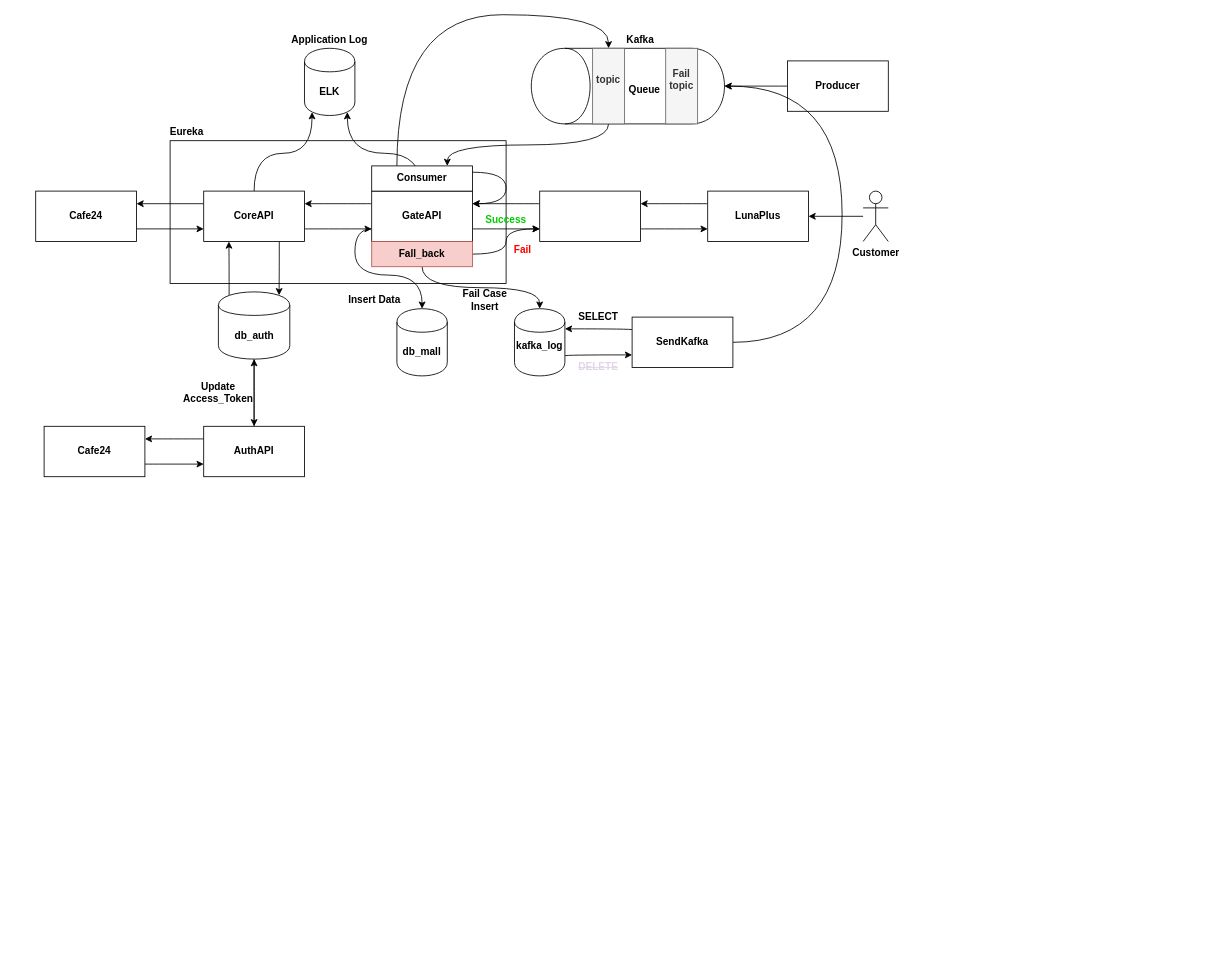
Above: Untitled Diagram.drawio in kancho33/Luna_Architecture (draw.io), before the change. Source tidied: cells renumbered, new cells numbered last; positions are measured from the earlier drawing's top-left corner, leaving out a move shared by most shapes. Both pictures are drawn from the tidied source at 84%, with x=0, y=0 at pixel (35, -11).
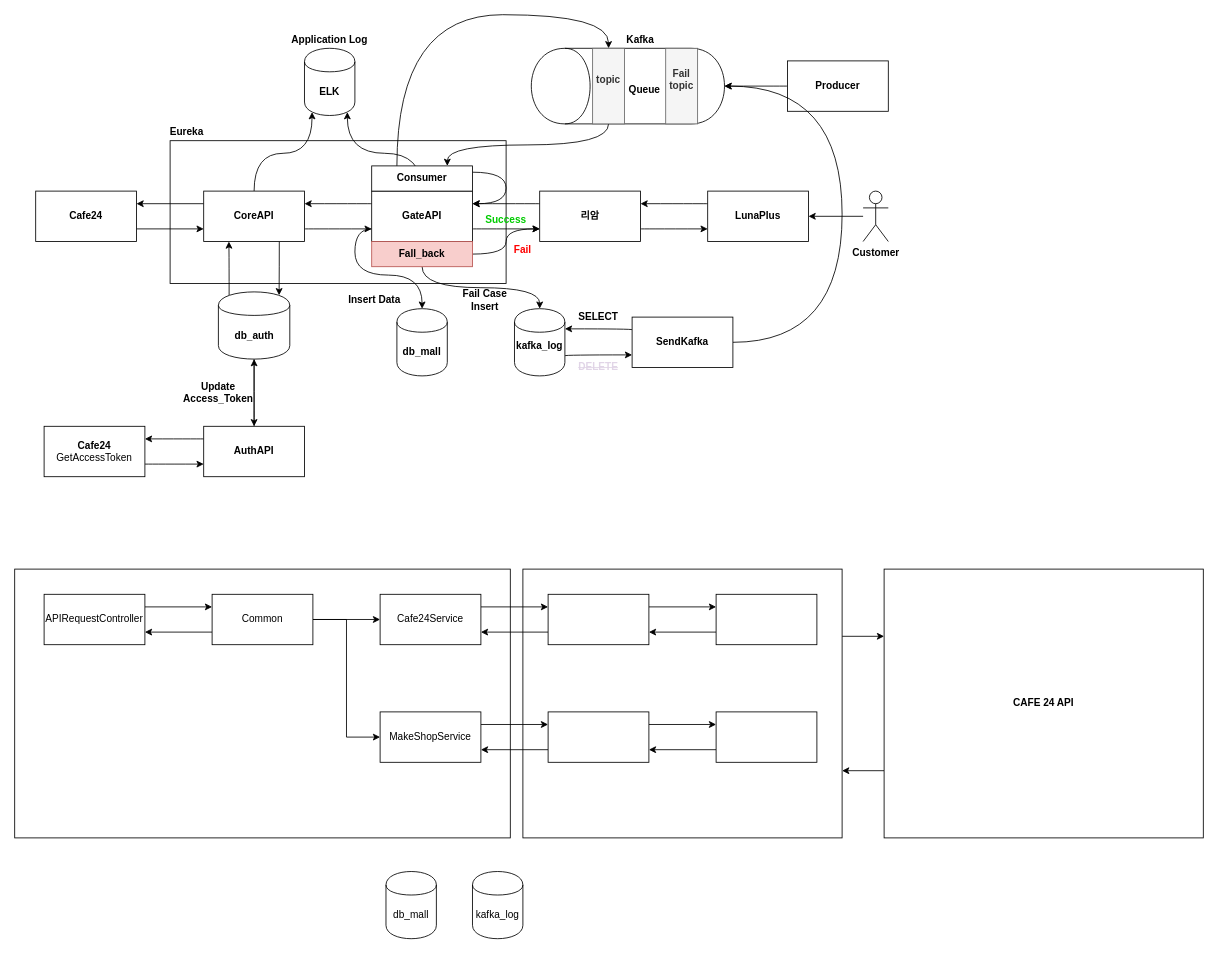
The same page after the edit.

Diff of the diagram source:
```diff
@@
+    <mxCell id="60" style="edgeStyle=orthogonalEdgeStyle;rounded=0;jettySize=auto;html=1;exitX=1;exitY=0.25;exitDx=0;exitDy=0;entryX=0;entryY=0.25;entryDx=0;entryDy=0;" parent="1" edge="1" source="61" target="86">
+      <mxGeometry relative="1" as="geometry" />
+    </mxCell>
+    <mxCell id="61" style="rounded=0;whiteSpace=wrap;html=1;" parent="1" vertex="1">
+      <mxGeometry x="580" y="690" width="380" height="320" as="geometry" />
+    </mxCell>
+    <mxCell id="62" style="rounded=0;whiteSpace=wrap;html=1;" parent="1" vertex="1">
+      <mxGeometry x="-25" y="690" width="590" height="320" as="geometry" />
+    </mxCell>
@@
-    <mxCell id="5" value="Cafe24" style="rounded=0;whiteSpace=wrap;html=1;fontStyle=1;" parent="1" vertex="1">
+    <mxCell id="5" value="Cafe24&lt;br&gt;" style="rounded=0;whiteSpace=wrap;html=1;fontStyle=1;" parent="1" vertex="1">
       <mxGeometry y="240" width="120" height="60" as="geometry" />
     </mxCell>
@@
-    <mxCell id="10" value="Cafe24" style="rounded=0;whiteSpace=wrap;html=1;fontStyle=1;" parent="1" vertex="1">
+    <mxCell id="10" value="Cafe24&lt;br&gt;&lt;span style=&quot;font-weight: normal&quot;&gt;GetAccessToken&lt;/span&gt;&lt;br&gt;" style="rounded=0;whiteSpace=wrap;html=1;fontStyle=1;" parent="1" vertex="1">
       <mxGeometry x="10" y="520" width="120" height="60" as="geometry" />
     </mxCell>
@@
-    <mxCell id="18" style="rounded=0;whiteSpace=wrap;html=1;fontStyle=1;" parent="1" vertex="1">
+    <mxCell id="18" value="리암" style="rounded=0;whiteSpace=wrap;html=1;fontStyle=1;" parent="1" vertex="1">
       <mxGeometry x="600" y="240" width="120" height="60" as="geometry" />
     </mxCell>
@@
+    <mxCell id="63" style="edgeStyle=orthogonalEdgeStyle;rounded=0;jettySize=auto;html=1;exitX=1;exitY=0.25;exitDx=0;exitDy=0;entryX=0;entryY=0.25;entryDx=0;entryDy=0;" parent="1" edge="1" source="64" target="68">
+      <mxGeometry relative="1" as="geometry" />
+    </mxCell>
+    <mxCell id="64" value="APIRequestController" style="rounded=0;whiteSpace=wrap;html=1;" parent="1" vertex="1">
+      <mxGeometry x="10" y="720" width="120" height="60" as="geometry" />
+    </mxCell>
+    <mxCell id="65" style="edgeStyle=orthogonalEdgeStyle;rounded=0;jettySize=auto;html=1;" parent="1" edge="1" source="68" target="70">
+      <mxGeometry relative="1" as="geometry" />
+    </mxCell>
+    <mxCell id="66" style="edgeStyle=orthogonalEdgeStyle;rounded=0;jettySize=auto;html=1;exitX=1;exitY=0.5;exitDx=0;exitDy=0;entryX=0;entryY=0.5;entryDx=0;entryDy=0;" parent="1" edge="1" source="68" target="72">
+      <mxGeometry relative="1" as="geometry" />
+    </mxCell>
+    <mxCell id="67" style="edgeStyle=orthogonalEdgeStyle;rounded=0;jettySize=auto;html=1;exitX=0;exitY=0.75;exitDx=0;exitDy=0;entryX=1;entryY=0.75;entryDx=0;entryDy=0;" parent="1" edge="1" source="68" target="64">
+      <mxGeometry relative="1" as="geometry" />
+    </mxCell>
+    <mxCell id="68" value="Common" style="rounded=0;whiteSpace=wrap;html=1;" parent="1" vertex="1">
+      <mxGeometry x="210" y="720" width="120" height="60" as="geometry" />
+    </mxCell>
+    <mxCell id="69" style="edgeStyle=orthogonalEdgeStyle;rounded=0;jettySize=auto;html=1;exitX=1;exitY=0.25;exitDx=0;exitDy=0;entryX=0;entryY=0.25;entryDx=0;entryDy=0;" parent="1" edge="1" source="70" target="75">
+      <mxGeometry relative="1" as="geometry" />
+    </mxCell>
+    <mxCell id="70" value="Cafe24Service" style="rounded=0;whiteSpace=wrap;html=1;" parent="1" vertex="1">
+      <mxGeometry x="410" y="720" width="120" height="60" as="geometry" />
+    </mxCell>
+    <mxCell id="71" style="edgeStyle=orthogonalEdgeStyle;rounded=0;jettySize=auto;html=1;exitX=1;exitY=0.25;exitDx=0;exitDy=0;entryX=0;entryY=0.25;entryDx=0;entryDy=0;" parent="1" edge="1" source="72" target="82">
+      <mxGeometry relative="1" as="geometry" />
+    </mxCell>
+    <mxCell id="72" value="MakeShopService" style="rounded=0;whiteSpace=wrap;html=1;" parent="1" vertex="1">
+      <mxGeometry x="410" y="860" width="120" height="60" as="geometry" />
+    </mxCell>
+    <mxCell id="73" style="edgeStyle=orthogonalEdgeStyle;rounded=0;jettySize=auto;html=1;exitX=0;exitY=0.75;exitDx=0;exitDy=0;entryX=1;entryY=0.75;entryDx=0;entryDy=0;" parent="1" edge="1" source="75" target="70">
+      <mxGeometry relative="1" as="geometry" />
+    </mxCell>
+    <mxCell id="74" style="edgeStyle=orthogonalEdgeStyle;rounded=0;jettySize=auto;html=1;exitX=1;exitY=0.25;exitDx=0;exitDy=0;entryX=0;entryY=0.25;entryDx=0;entryDy=0;" parent="1" edge="1" source="75" target="77">
+      <mxGeometry relative="1" as="geometry" />
+    </mxCell>
+    <mxCell id="75" style="rounded=0;whiteSpace=wrap;html=1;fontStyle=1;" parent="1" vertex="1">
+      <mxGeometry x="610" y="720" width="120" height="60" as="geometry" />
+    </mxCell>
+    <mxCell id="76" style="edgeStyle=orthogonalEdgeStyle;rounded=0;jettySize=auto;html=1;exitX=0;exitY=0.75;exitDx=0;exitDy=0;entryX=1;entryY=0.75;entryDx=0;entryDy=0;" parent="1" edge="1" source="77" target="75">
+      <mxGeometry relative="1" as="geometry" />
+    </mxCell>
+    <mxCell id="77" style="rounded=0;whiteSpace=wrap;html=1;fontStyle=1;" parent="1" vertex="1">
+      <mxGeometry x="810" y="720" width="120" height="60" as="geometry" />
+    </mxCell>
+    <mxCell id="78" value="kafka_log" style="shape=cylinder;whiteSpace=wrap;html=1;boundedLbl=1;backgroundOutline=1;" parent="1" vertex="1">
+      <mxGeometry x="520" y="1050" width="60" height="80" as="geometry" />
+    </mxCell>
+    <mxCell id="79" value="db_mall" style="shape=cylinder;whiteSpace=wrap;html=1;boundedLbl=1;backgroundOutline=1;" parent="1" vertex="1">
+      <mxGeometry x="417" y="1050" width="60" height="80" as="geometry" />
+    </mxCell>
+    <mxCell id="80" style="edgeStyle=orthogonalEdgeStyle;rounded=0;jettySize=auto;html=1;exitX=0;exitY=0.75;exitDx=0;exitDy=0;entryX=1;entryY=0.75;entryDx=0;entryDy=0;" parent="1" edge="1" source="82" target="72">
+      <mxGeometry relative="1" as="geometry" />
+    </mxCell>
+    <mxCell id="81" style="edgeStyle=orthogonalEdgeStyle;rounded=0;jettySize=auto;html=1;exitX=1;exitY=0.25;exitDx=0;exitDy=0;entryX=0;entryY=0.25;entryDx=0;entryDy=0;" parent="1" edge="1" source="82" target="84">
+      <mxGeometry relative="1" as="geometry" />
+    </mxCell>
+    <mxCell id="82" style="rounded=0;whiteSpace=wrap;html=1;" parent="1" vertex="1">
+      <mxGeometry x="610" y="860" width="120" height="60" as="geometry" />
+    </mxCell>
+    <mxCell id="83" style="edgeStyle=orthogonalEdgeStyle;rounded=0;jettySize=auto;html=1;exitX=0;exitY=0.75;exitDx=0;exitDy=0;entryX=1;entryY=0.75;entryDx=0;entryDy=0;" parent="1" edge="1" source="84" target="82">
+      <mxGeometry relative="1" as="geometry" />
+    </mxCell>
+    <mxCell id="84" style="rounded=0;whiteSpace=wrap;html=1;" parent="1" vertex="1">
+      <mxGeometry x="810" y="860" width="120" height="60" as="geometry" />
+    </mxCell>
+    <mxCell id="85" style="edgeStyle=orthogonalEdgeStyle;rounded=0;jettySize=auto;html=1;exitX=0;exitY=0.75;exitDx=0;exitDy=0;entryX=1;entryY=0.75;entryDx=0;entryDy=0;" parent="1" edge="1" source="86" target="61">
+      <mxGeometry relative="1" as="geometry" />
+    </mxCell>
+    <mxCell id="86" value="&lt;b&gt;CAFE 24 API&lt;/b&gt;" style="rounded=0;whiteSpace=wrap;html=1;" parent="1" vertex="1">
+      <mxGeometry x="1010" y="690" width="380" height="320" as="geometry" />
+    </mxCell>
```
